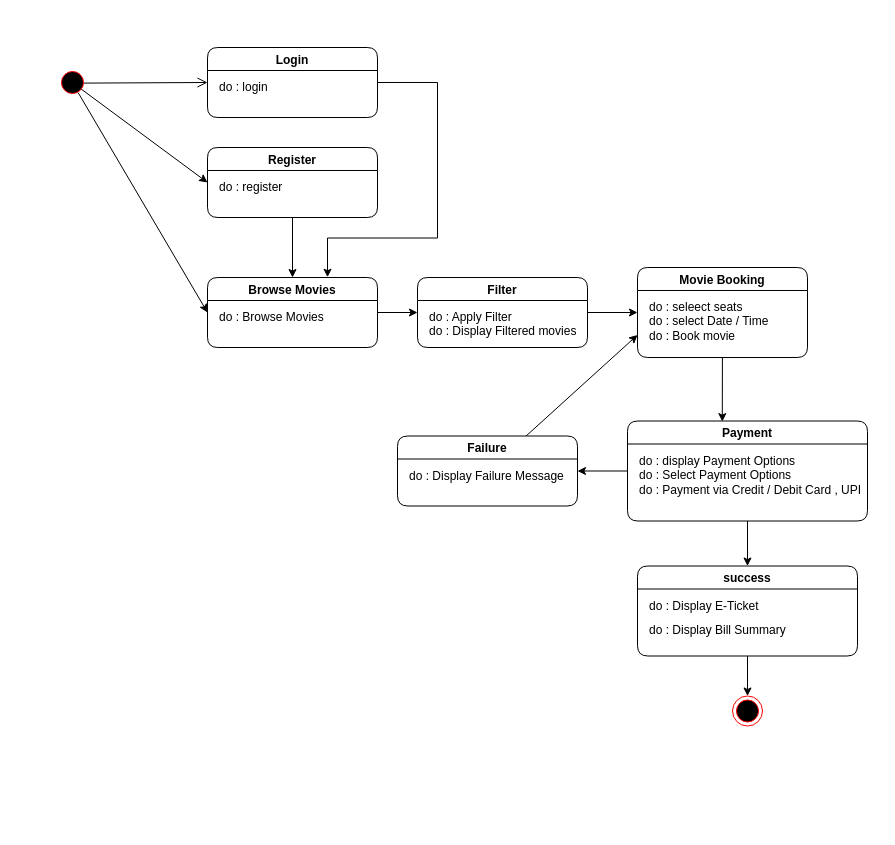
Before: SDF/statechart.drawio in subhendu17620/RUAS-sem-04, a draw.io diagram. Source tidied: cells renumbered, new cells numbered last; positions are measured from the earlier drawing's top-left corner, leaving out a move shared by most shapes. Both pictures are drawn from the tidied source at 100%, with x=0, y=0 at pixel (57, 47).
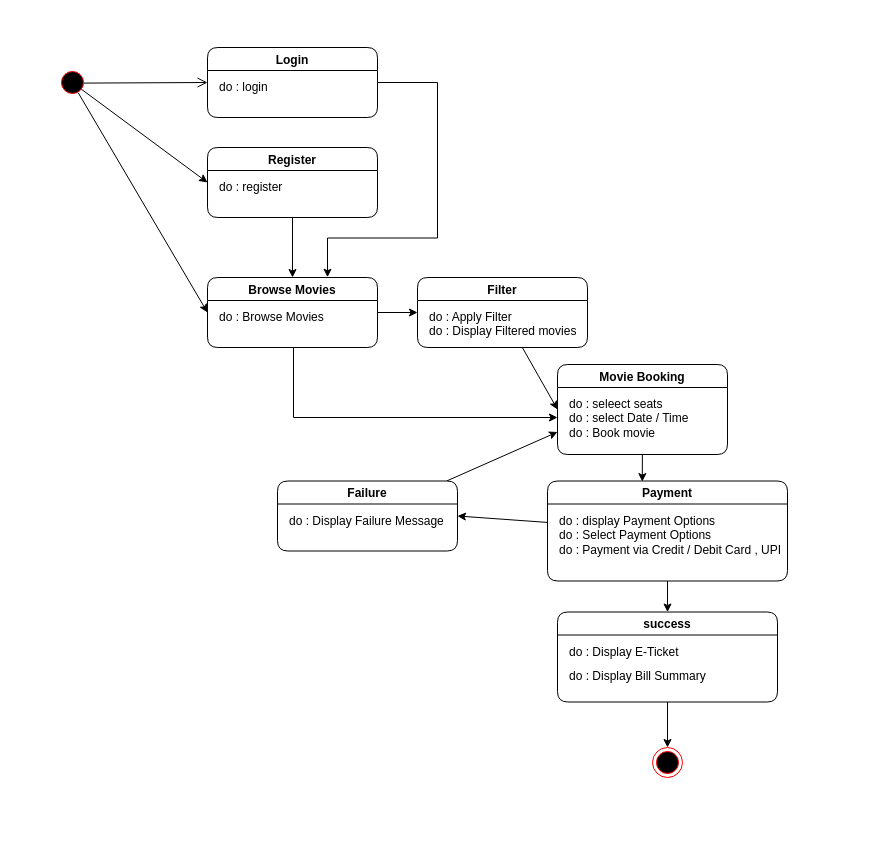
The same diagram, later.

Unchanged cells that the change refers to:
```xml
<mxCell id="14" value="Browse Movies" style="swimlane;rounded=1;" parent="1" vertex="1">
  <mxGeometry x="150" y="230" width="170" height="70" as="geometry" />
</mxCell>
```

The edit, as a diff of the source:
```diff
@@
     <mxCell id="7" value="Failure" style="swimlane;rounded=1;startSize=23;" parent="1" vertex="1">
-      <mxGeometry x="340" y="388.5" width="180" height="70" as="geometry" />
+      <mxGeometry x="220" y="433.5" width="180" height="70" as="geometry" />
     </mxCell>
@@
     <mxCell id="10" value="success" style="swimlane;rounded=1;startSize=23;" parent="1" vertex="1">
-      <mxGeometry x="580" y="518.5" width="220" height="90" as="geometry" />
+      <mxGeometry x="500" y="564.5" width="220" height="90" as="geometry" />
     </mxCell>
@@
+    <mxCell id="38" style="edgeStyle=orthogonalEdgeStyle;rounded=0;jettySize=auto;html=1;" parent="1" edge="1" source="14">
+      <mxGeometry relative="1" as="geometry">
+        <mxPoint x="500" y="370" as="targetPoint" />
+        <Array as="points">
+          <mxPoint x="236" y="370" />
+        </Array>
+      </mxGeometry>
+    </mxCell>
@@
     <mxCell id="18" value="Payment" style="swimlane;rounded=1;" parent="1" vertex="1">
-      <mxGeometry x="570" y="373.5" width="240" height="100" as="geometry" />
+      <mxGeometry x="490" y="433.5" width="240" height="100" as="geometry" />
     </mxCell>
@@
     <mxCell id="23" value="Movie Booking" style="swimlane;rounded=1;" parent="1" vertex="1">
-      <mxGeometry x="580" y="220" width="170" height="90" as="geometry" />
+      <mxGeometry x="500" y="317" width="170" height="90" as="geometry" />
     </mxCell>
@@
     <mxCell id="37" style="ellipse;html=1;shape=endState;fillColor=#000000;strokeColor=#ff0000;rounded=1;" parent="1" vertex="1">
-      <mxGeometry x="675" y="648.5" width="30" height="30" as="geometry" />
+      <mxGeometry x="595" y="700" width="30" height="30" as="geometry" />
     </mxCell>
+    <mxCell id="39" style="rounded=0;whiteSpace=wrap;html=1;fillColor=none;strokeColor=#FFFFFF;" parent="1" vertex="1">
+      <mxGeometry x="-40" y="-30" width="860" height="810" as="geometry" />
+    </mxCell>
```
